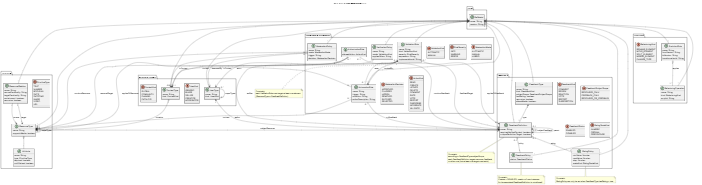
Earlier version of the PlantUML export diagrams/metamodel/ref-metamodel-v2.png (GuilhermeCunha79/ENORM-2026). Its source is kept beside it as diagrams/metamodel/ref-metamodel-v2.puml.
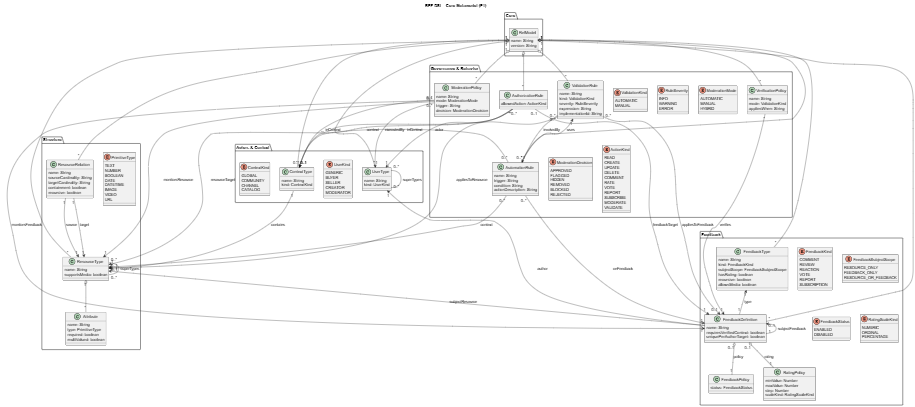
The same file after the commit.

Commit message:
docs: update metamodel constraints and metamodel itself

Diff of the diagram source:
```diff
@@ -198,49 +198,23 @@
   }
 }
 
-package "Evolution" {
-  class EvolutionRule {
-    name: String
-    fromVersion: String
-    toVersion: String
-    transformationId: String
-  }
-
-  class RefactoringOperation {
-    name: String
-    kind: RefactoringKind
-    scriptId: String
-  }
-
-  enum RefactoringKind {
-    RENAME_ELEMENT
-    MOVE_ELEMENT
-    SPLIT_ELEMENT
-    MERGE_ELEMENT
-    CHANGE_TYPE
-  }
-}
-
 RefModel "1" o-- "*" UserType
 RefModel "1" o-- "*" ResourceType
-RefModel "1" o-- "*" FeedbackPolicy
 RefModel "1" o-- "*" ContextType
 RefModel "1" o-- "*" ResourceRelation
 RefModel "1" o-- "*" FeedbackType
 RefModel "1" o-- "*" FeedbackDefinition
-RefModel "1" o-- "*" RatingPolicy
+RefModel "1" o-- "*" AuthorizationRule
 RefModel "1" o-- "*" ValidationRule
 RefModel "1" o-- "*" ModerationPolicy
 RefModel "1" o-- "*" AutomationRule
 RefModel "1" o-- "*" VerificationPolicy
-RefModel "1" o-- "*" EvolutionRule
-RefModel "1" o-- "*" RefactoringOperation
 
 UserType "0..*" -- "0..*" UserType : superTypes
 ResourceType "0..*" -- "0..*" ResourceType : superTypes
 
 ResourceType "1" o-- "*" Attribute
-ContextType "1" o-- "*" ResourceType : contains
+ContextType "1" --> "*" ResourceType : contains
 ResourceRelation "1" --> "1" ResourceType : source
 ResourceRelation "1" --> "1" ResourceType : target
 
@@ -248,7 +222,6 @@
 ResourceType "0..1" <-- "1" FeedbackDefinition : subjectResource
 UserType "1" <-- "1" FeedbackDefinition : author
 FeedbackDefinition "0..1" <-- "1" FeedbackDefinition : subjectFeedback
-FeedbackDefinition "0..1" --> "1" FeedbackDefinition : parent
 FeedbackDefinition "0..1" o-- "1" FeedbackPolicy : policy
 FeedbackDefinition "0..1" o-- "1" RatingPolicy : rating
 
@@ -273,30 +246,4 @@
 
 VerificationPolicy "*" --> "1" FeedbackDefinition : verifies
 
-EvolutionRule "1" o-- "1..*" RefactoringOperation : applies
-
-note bottom of ValidationRule
-  Constraint:
-  each ValidationRule must target at least one element
-  (ResourceType or FeedbackDefinition).
-end note
-
-note bottom of FeedbackPolicy
-  Constraint:
-  If status = DISABLED, creation of new instances
-  for the associated FeedbackDefinition is not allowed.
-end note
-
-note bottom of RatingPolicy
-  Constraint:
-  RatingPolicy can only be set when FeedbackType.hasRating = true.
-end note
-
-note bottom of FeedbackDefinition
-  Constraint:
-  according to FeedbackType.subjectScope,
-  each FeedbackDefinition targets resource, feedback,
-  or either one (but at least one target must exist).
-end note
-
 @enduml
```
